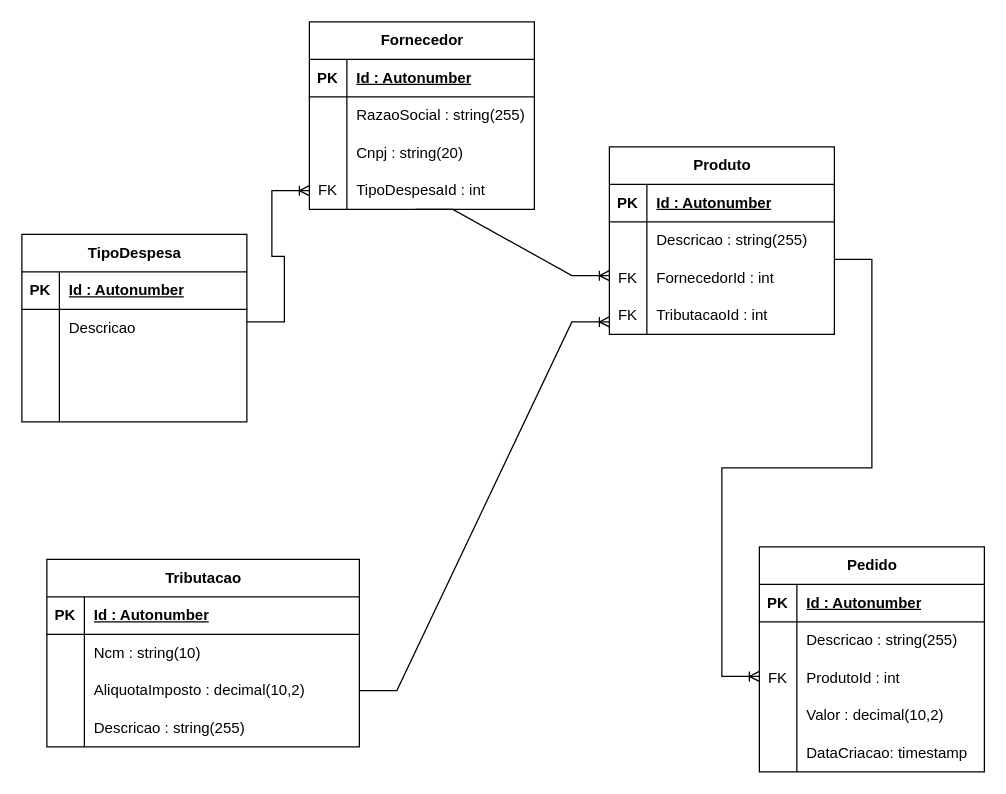
This is modeloBancoDeDados.drawio from jessicaagrs/fullstack_projetoSistemaPedidos, a draw.io file, before an edit. Source tidied: cells renumbered, new cells numbered last; positions are measured from the earlier drawing's top-left corner, leaving out a move shared by most shapes. Both pictures are drawn from the tidied source at 125%, with x=0, y=0 at pixel (21, 21).
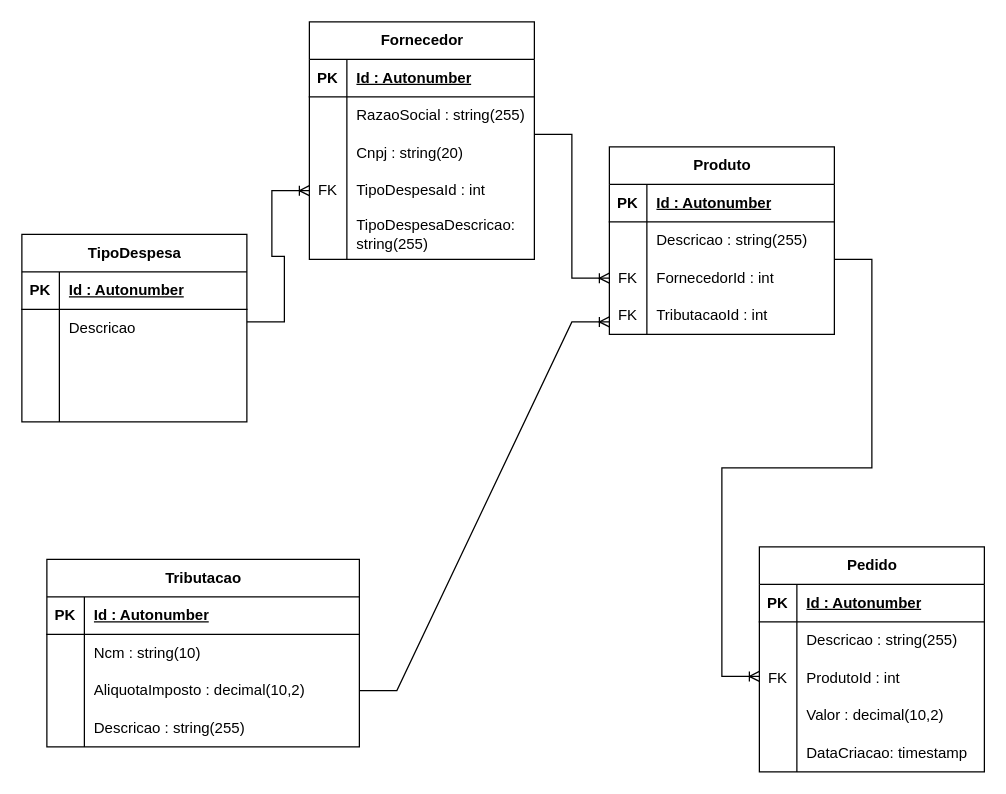
The same diagram, later.

Unchanged cells that the change refers to:
```xml
<mxCell id="67" style="shape=tableRow;horizontal=0;startSize=0;swimlaneHead=0;swimlaneBody=0;fillColor=none;points=[[0,0.5],[1,0.5]];portConstraint=eastwest;top=0;left=0;right=0;bottom=0;" parent="60" vertex="1">
  <mxGeometry y="90" width="180" height="30" as="geometry" />
</mxCell>
```

What changed in the source:
```diff
@@
     <mxCell id="2" value="Fornecedor" style="shape=table;startSize=30;childLayout=tableLayout;rowLines=0;fontStyle=1;align=center;html=1;" parent="1" vertex="1">
-      <mxGeometry x="230" width="180" height="150" as="geometry" />
+      <mxGeometry x="230" width="180" height="190" as="geometry" />
     </mxCell>
@@
+    <mxCell id="74" style="shape=tableRow;horizontal=0;startSize=0;swimlaneHead=0;swimlaneBody=0;fillColor=none;top=0;left=0;right=0;bottom=0;" parent="2" vertex="1">
+      <mxGeometry y="150" width="180" height="40" as="geometry" />
+    </mxCell>
+    <mxCell id="75" style="shape=partialRectangle;fillColor=none;top=0;left=0;bottom=0;right=0;overflow=hidden;whiteSpace=wrap;html=1;" parent="74" vertex="1">
+      <mxGeometry width="30" height="40" as="geometry" />
+    </mxCell>
+    <mxCell id="76" value="TipoDespesaDescricao: string(255)" style="shape=partialRectangle;fillColor=none;top=0;left=0;bottom=0;right=0;align=left;spacingLeft=6;overflow=hidden;whiteSpace=wrap;html=1;" parent="74" vertex="1">
+      <mxGeometry x="30" width="150" height="40" as="geometry" />
+    </mxCell>
@@
-    <mxCell id="59" style="edgeStyle=entityRelationEdgeStyle;fontSize=12;html=1;endArrow=ERoneToMany;rounded=0;exitX=0.471;exitY=1.233;exitDx=0;exitDy=0;exitPerimeter=0;" parent="1" edge="1">
+    <mxCell id="59" style="edgeStyle=entityRelationEdgeStyle;fontSize=12;html=1;endArrow=ERoneToMany;rounded=0;exitX=0.471;exitY=1.233;exitDx=0;exitDy=0;exitPerimeter=0;entryX=0;entryY=0.5;entryDx=0;entryDy=0;" parent="1" edge="1" target="67">
       <mxGeometry relative="1" as="geometry">
-        <mxPoint x="314.8" y="150" as="sourcePoint" />
-        <mxPoint x="470" y="203" as="targetPoint" />
+        <mxPoint x="410" y="90" as="sourcePoint" />
       </mxGeometry>
     </mxCell>
```
